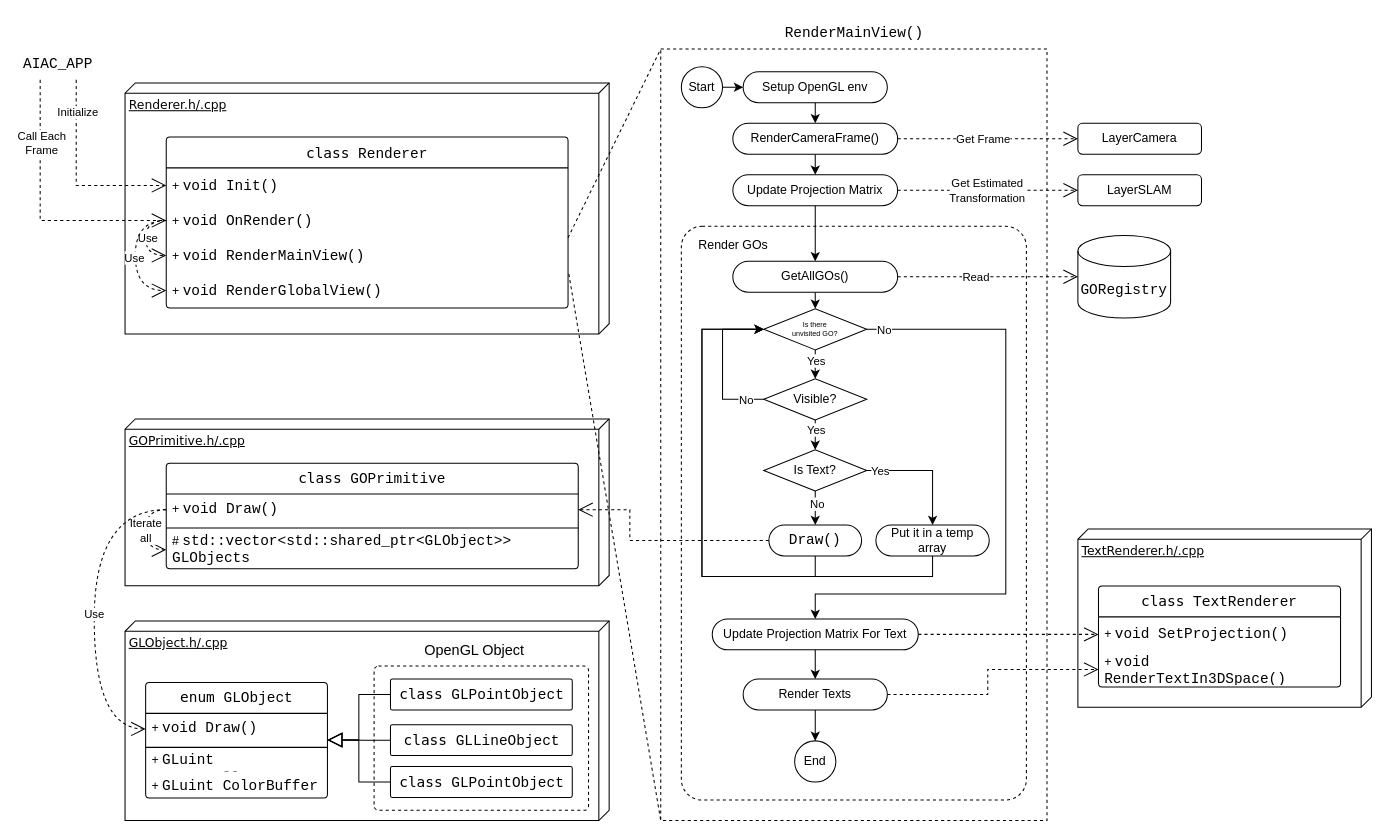
Earlier version of the draw.io diagram paper/__drawio/AR-rendering.drawio (ibois-epfl/augmented-carpentry). Source tidied: cells renumbered, new cells numbered last; positions are measured from the earlier drawing's top-left corner, leaving out a move shared by most shapes. Both pictures are drawn from the tidied source at 103%, with x=0, y=0 at pixel (22, 18).
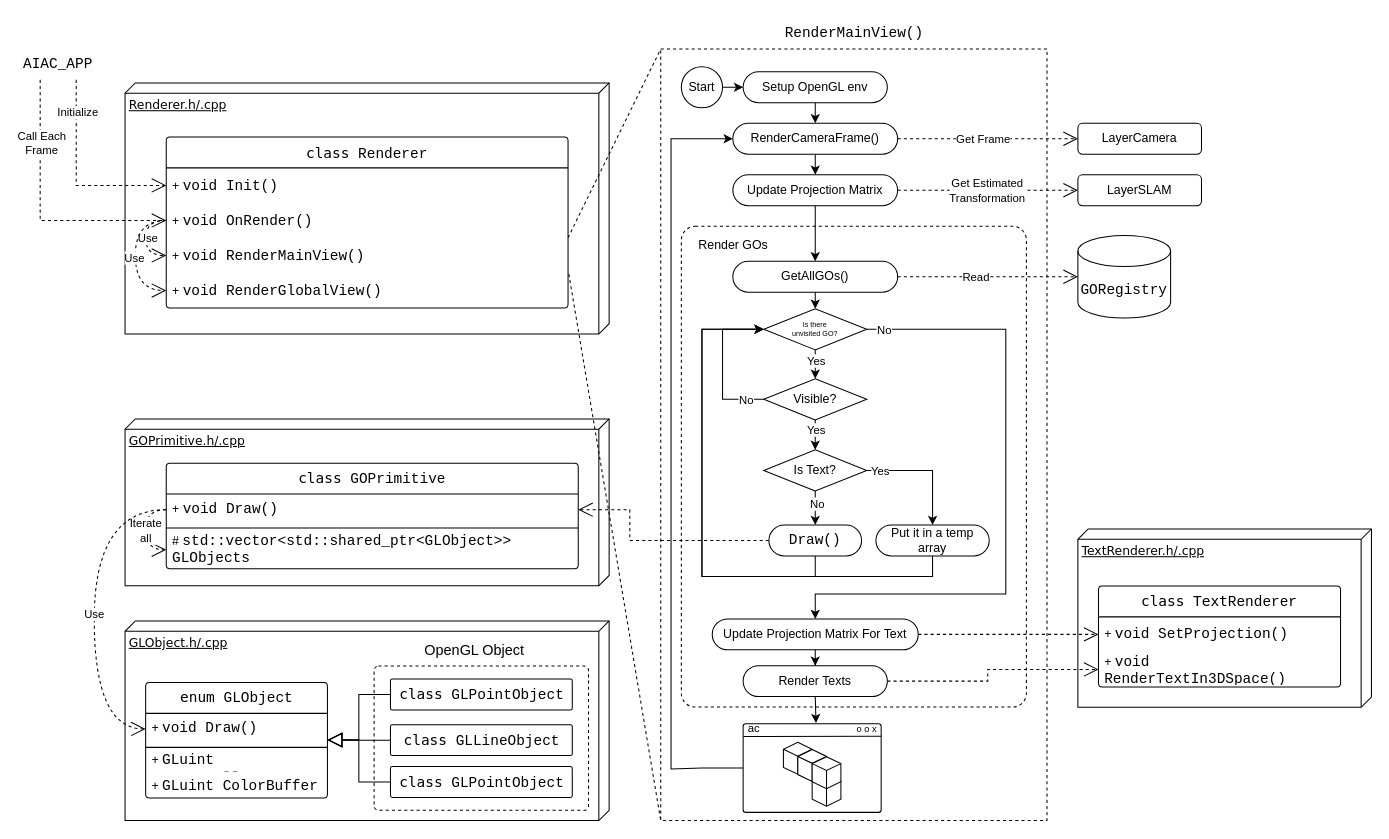
Above is the later version.

Commit message (it also covers changes not shown here):
FIX: refactored images and drawio schemes

The change refers to these unchanged cells:
```xml
<mxCell id="11" value="RenderCameraFrame()" style="rounded=1;whiteSpace=wrap;html=1;arcSize=50;" parent="1" vertex="1">
  <mxGeometry x="690" y="102.2" width="160" height="30" as="geometry" />
</mxCell>
```

Diff of the diagram source:
```diff
@@
-    <mxCell id="5" style="rounded=1;whiteSpace=wrap;html=1;arcSize=6;dashed=1;fillColor=none;" parent="1" vertex="1">
-      <mxGeometry x="640" y="202.2" width="335" height="557" as="geometry" />
+    <mxCell id="5" style="rounded=1;whiteSpace=wrap;html=1;arcSize=4;dashed=1;fillColor=none;" parent="1" vertex="1">
+      <mxGeometry x="640" y="202.2" width="335" height="466.8" as="geometry" />
     </mxCell>
@@
-    <mxCell id="64" value="End" style="ellipse;whiteSpace=wrap;html=1;" parent="1" vertex="1">
-      <mxGeometry x="750" y="701.8" width="40" height="40" as="geometry" />
-    </mxCell>
@@
-    <mxCell id="68" style="edgeStyle=orthogonalEdgeStyle;rounded=0;jettySize=auto;html=1;exitX=0.5;exitY=1;exitDx=0;exitDy=0;entryX=0.5;entryY=0;entryDx=0;entryDy=0;" parent="1" edge="1" source="70" target="64">
+    <mxCell id="68" style="edgeStyle=orthogonalEdgeStyle;rounded=0;jettySize=auto;html=1;exitX=0.5;exitY=1;exitDx=0;exitDy=0;entryX=0.528;entryY=-0.008;entryDx=0;entryDy=0;entryPerimeter=0;" parent="1" edge="1" source="70" target="97">
       <mxGeometry relative="1" as="geometry" />
     </mxCell>
@@
     <mxCell id="70" value="Render Texts" style="rounded=1;whiteSpace=wrap;html=1;arcSize=50;flipV=1;flipH=1;" parent="1" vertex="1">
-      <mxGeometry x="700" y="641.8" width="140" height="30" as="geometry" />
+      <mxGeometry x="700" y="628.8" width="140" height="30" as="geometry" />
     </mxCell>
@@
+    <mxCell id="96" style="group;fontColor=default;" parent="1" vertex="1">
+      <mxGeometry x="700" y="683.2" width="140.6" height="88" as="geometry" />
+    </mxCell>
+    <mxCell id="97" style="rounded=1;whiteSpace=wrap;html=1;arcSize=3;fillColor=none;fontColor=default;" parent="96" vertex="1">
+      <mxGeometry y="2" width="134" height="86" as="geometry" />
+    </mxCell>
+    <mxCell id="98" value="&lt;span style=&quot;font-weight: normal;&quot;&gt;&lt;font style=&quot;font-size: 9px;&quot;&gt;&amp;nbsp;o o x&lt;/font&gt;&lt;/span&gt;" style="text;html=1;strokeColor=none;fillColor=none;align=left;verticalAlign=middle;whiteSpace=wrap;rounded=0;fontSize=10;fontStyle=1;fontColor=default;" parent="96" vertex="1">
+      <mxGeometry x="106" y="1" width="34.6" height="12" as="geometry" />
+    </mxCell>
+    <mxCell id="99" value="&lt;font style=&quot;font-size: 11px;&quot;&gt;ac&lt;/font&gt;" style="text;html=1;strokeColor=none;fillColor=none;align=left;verticalAlign=middle;whiteSpace=wrap;rounded=0;fontSize=12;fontColor=default;" parent="96" vertex="1">
+      <mxGeometry x="3" width="60" height="13" as="geometry" />
+    </mxCell>
+    <mxCell id="100" style="group;fontColor=default;" parent="96" vertex="1">
+      <mxGeometry x="39.1" y="20" width="55.8" height="62" as="geometry" />
+    </mxCell>
+    <mxCell id="101" style="html=1;whiteSpace=wrap;shape=isoCube2;backgroundOutline=1;isoAngle=15;fontSize=11;fontColor=default;" parent="100" vertex="1">
+      <mxGeometry width="27.9" height="31" as="geometry" />
+    </mxCell>
+    <mxCell id="102" style="html=1;whiteSpace=wrap;shape=isoCube2;backgroundOutline=1;isoAngle=15;fontSize=11;fontColor=default;" parent="100" vertex="1">
+      <mxGeometry x="27.9" y="31" width="27.9" height="31" as="geometry" />
+    </mxCell>
+    <mxCell id="103" style="html=1;whiteSpace=wrap;shape=isoCube2;backgroundOutline=1;isoAngle=15;fontSize=11;fontColor=default;" parent="100" vertex="1">
+      <mxGeometry x="14" y="7" width="27.9" height="31" as="geometry" />
+    </mxCell>
+    <mxCell id="104" style="html=1;whiteSpace=wrap;shape=isoCube2;backgroundOutline=1;isoAngle=15;fontSize=11;fontColor=default;" parent="100" vertex="1">
+      <mxGeometry x="27.9" y="14" width="27.9" height="31" as="geometry" />
+    </mxCell>
+    <mxCell id="105" style="endArrow=none;html=1;fontSize=14;fontColor=default;curved=1;entryX=0.002;entryY=0.131;entryDx=0;entryDy=0;entryPerimeter=0;" parent="96" edge="1">
+      <mxGeometry relative="1" as="geometry">
+        <mxPoint x="134" y="14" as="sourcePoint" />
+        <mxPoint x="0.3" y="14.3" as="targetPoint" />
+      </mxGeometry>
+    </mxCell>
+    <mxCell id="106" style="edgeStyle=orthogonalEdgeStyle;rounded=0;jettySize=auto;html=1;exitX=0;exitY=0.5;exitDx=0;exitDy=0;entryX=0;entryY=0.5;entryDx=0;entryDy=0;" parent="1" edge="1" source="97" target="11">
+      <mxGeometry relative="1" as="geometry">
+        <Array as="points">
+          <mxPoint x="660" y="728" />
+          <mxPoint x="630" y="729" />
+          <mxPoint x="630" y="117" />
+        </Array>
+      </mxGeometry>
+    </mxCell>
```
